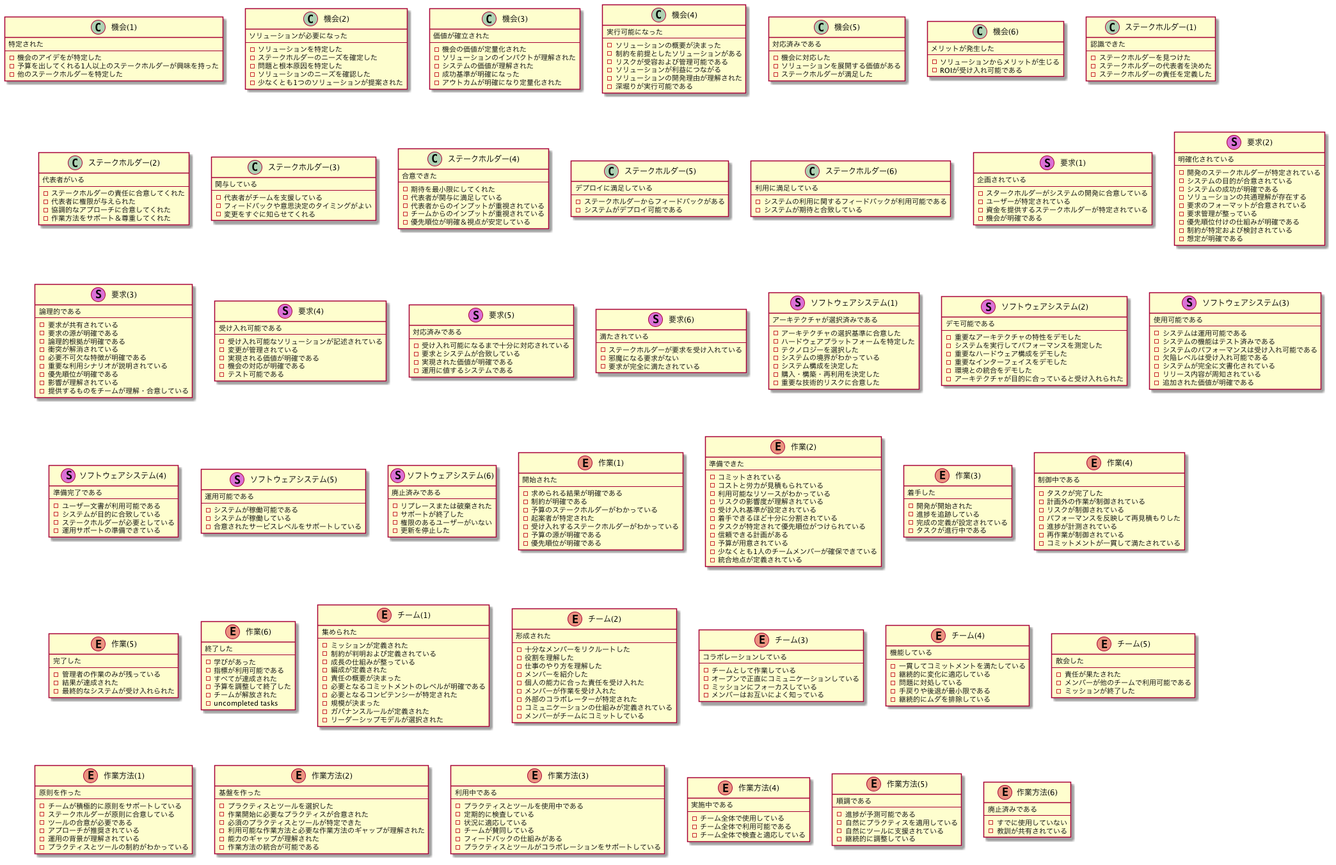
kdmsnr/essence-alpha-state-cards-ja keeps this PlantUML diagram as cards.png. Above is the earlier version.
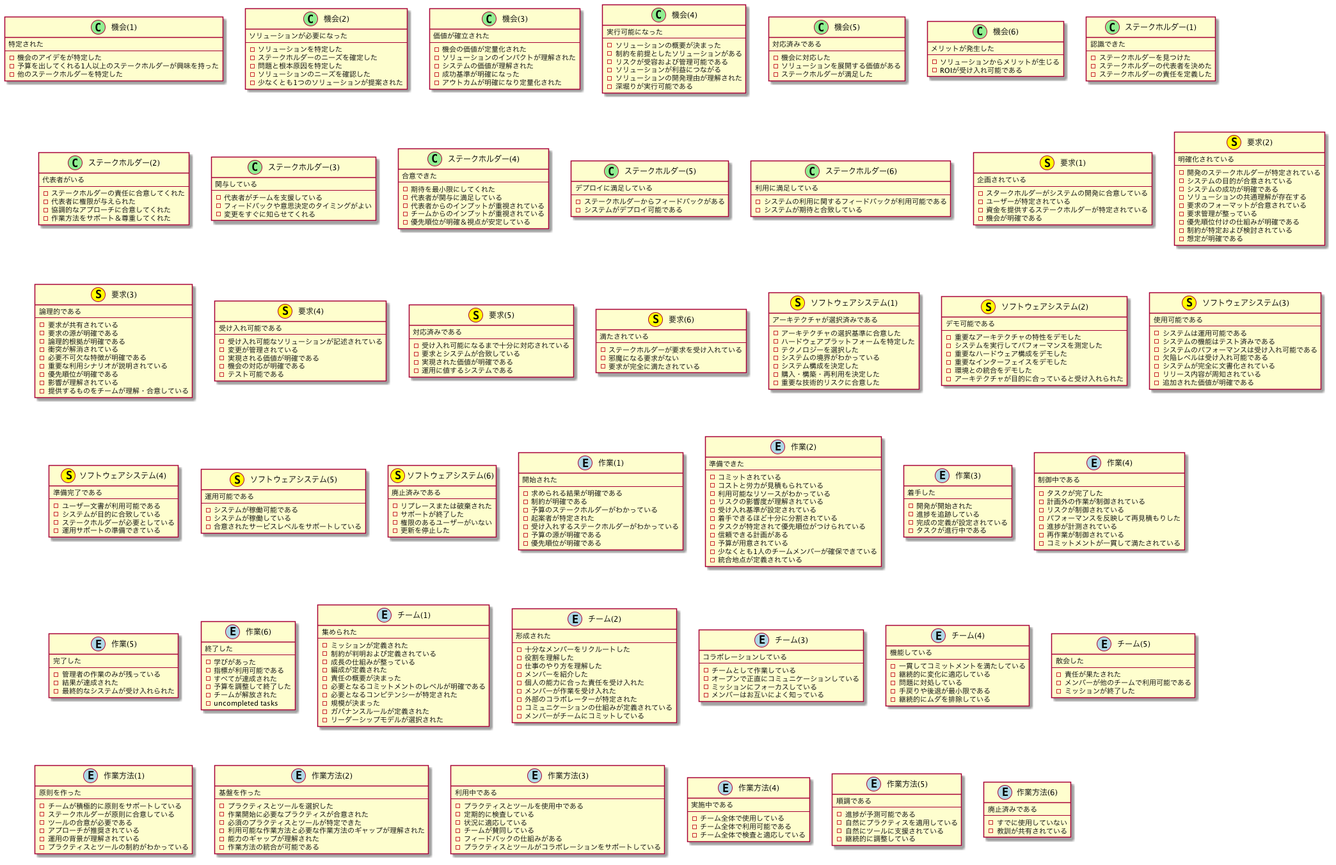
Above is the later version.

Diff of the diagram source:
```diff
@@ -1,12 +1,12 @@
 @startuml
-class 機会(1)  {
+class 機会(1) << (C,lightgreen) >> {
 特定された
 --
   -機会のアイデをが特定した
   -予算を出してくれる1人以上のステークホルダーが興味を持った
   -他のステークホルダーを特定した
 }
-class 機会(2)  {
+class 機会(2) << (C,lightgreen) >> {
 ソリューションが必要になった
 --
   -ソリューションを特定した
@@ -15,7 +15,7 @@
   -ソリューションのニーズを確認した
   -少なくとも1つのソリューションが提案された
 }
-class 機会(3)  {
+class 機会(3) << (C,lightgreen) >> {
 価値が確立された
 --
   -機会の価値が定量化された
@@ -24,7 +24,7 @@
   -成功基準が明確になった
   -アウトカムが明確になり定量化された
 }
-class 機会(4)  {
+class 機会(4) << (C,lightgreen) >> {
 実行可能になった
 --
   -ソリューションの概要が決まった
@@ -34,27 +34,27 @@
   -ソリューションの開発理由が理解された
   -深堀りが実行可能である
 }
-class 機会(5)  {
+class 機会(5) << (C,lightgreen) >> {
 対応済みである
 --
   -機会に対応した
   -ソリューションを展開する価値がある
   -ステークホルダーが満足した
 }
-class 機会(6)  {
+class 機会(6) << (C,lightgreen) >> {
 メリットが発生した
 --
   -ソリューションからメリットが生じる
   -ROIが受け入れ可能である
 }
-class ステークホルダー(1)  {
+class ステークホルダー(1) << (C,lightgreen) >> {
 認識できた
 --
   -ステークホルダーを見つけた
   -ステークホルダーの代表者を決めた
   -ステークホルダーの責任を定義した
 }
-class ステークホルダー(2)  {
+class ステークホルダー(2) << (C,lightgreen) >> {
 代表者がいる
 --
   -ステークホルダーの責任に合意してくれた
@@ -62,14 +62,14 @@
   -協調的なアプローチに合意してくれた
   -作業方法をサポート＆尊重してくれた
 }
-class ステークホルダー(3)  {
+class ステークホルダー(3) << (C,lightgreen) >> {
 関与している
 --
   -代表者がチームを支援している
   -フィードバックや意思決定のタイミングがよい
   -変更をすぐに知らせてくれる
 }
-class ステークホルダー(4)  {
+class ステークホルダー(4) << (C,lightgreen) >> {
 合意できた
 --
   -期待を最小限にしてくれた
@@ -78,19 +78,19 @@
   -チームからのインプットが重視されている
   -優先順位が明確＆視点が安定している
 }
-class ステークホルダー(5)  {
+class ステークホルダー(5) << (C,lightgreen) >> {
 デプロイに満足している
 --
   -ステークホルダーからフィードバックがある
   -システムがデプロイ可能である
 }
-class ステークホルダー(6)  {
+class ステークホルダー(6) << (C,lightgreen) >> {
 利用に満足している
 --
   -システムの利用に関するフィードバックが利用可能である
   -システムが期待と合致している
 }
-class 要求(1) << (S,orchid) >> {
+class 要求(1) << (S,yellow) >> {
 企画されている
 --
   -スタークホルダーがシステムの開発に合意している
@@ -98,7 +98,7 @@
   -資金を提供するステークホルダーが特定されている
   -機会が明確である
 }
-class 要求(2) << (S,orchid) >> {
+class 要求(2) << (S,yellow) >> {
 明確化されている
 --
   -開発のステークホルダーが特定されている
@@ -111,7 +111,7 @@
   -制約が特定および検討されている
   -想定が明確である
 }
-class 要求(3) << (S,orchid) >> {
+class 要求(3) << (S,yellow) >> {
 論理的である
 --
   -要求が共有されている
@@ -124,7 +124,7 @@
   -影響が理解されている
   -提供するものをチームが理解・合意している
 }
-class 要求(4) << (S,orchid) >> {
+class 要求(4) << (S,yellow) >> {
 受け入れ可能である
 --
   -受け入れ可能なソリューションが記述されている
@@ -133,7 +133,7 @@
   -機会の対応が明確である
   -テスト可能である
 }
-class 要求(5) << (S,orchid) >> {
+class 要求(5) << (S,yellow) >> {
 対応済みである
 --
   -受け入れ可能になるまで十分に対応されている
@@ -141,14 +141,14 @@
   -実現された価値が明確である
   -運用に値するシステムである
 }
-class 要求(6) << (S,orchid) >> {
+class 要求(6) << (S,yellow) >> {
 満たされている
 --
   -ステークホルダーが要求を受け入れている
   -邪魔になる要求がない
   -要求が完全に満たされている
 }
-class ソフトウェアシステム(1) << (S,orchid) >> {
+class ソフトウェアシステム(1) << (S,yellow) >> {
 アーキテクチャが選択済みである
 --
   -アーキテクチャの選択基準に合意した
@@ -159,7 +159,7 @@
   -購入・構築・再利用を決定した
   -重要な技術的リスクに合意した
 }
-class ソフトウェアシステム(2) << (S,orchid) >> {
+class ソフトウェアシステム(2) << (S,yellow) >> {
 デモ可能である
 --
   -重要なアーキテクチャの特性をデモした
@@ -169,7 +169,7 @@
   -環境との統合をデモした
   -アーキテクチャが目的に合っていると受け入れられた
 }
-class ソフトウェアシステム(3) << (S,orchid) >> {
+class ソフトウェアシステム(3) << (S,yellow) >> {
 使用可能である
 --
   -システムは運用可能である
@@ -180,7 +180,7 @@
   -リリース内容が周知されている
   -追加された価値が明確である
 }
-class ソフトウェアシステム(4) << (S,orchid) >> {
+class ソフトウェアシステム(4) << (S,yellow) >> {
 準備完了である
 --
   -ユーザー文書が利用可能である
@@ -188,14 +188,14 @@
   -ステークホルダーが必要としている
   -運用サポートの準備できている
 }
-class ソフトウェアシステム(5) << (S,orchid) >> {
+class ソフトウェアシステム(5) << (S,yellow) >> {
 運用可能である
 --
   -システムが稼働可能である
   -システムが稼働している
   -合意されたサービスレベルをサポートしている
 }
-class ソフトウェアシステム(6) << (S,orchid) >> {
+class ソフトウェアシステム(6) << (S,yellow) >> {
 廃止済みである
 --
   -リプレースまたは破棄された
@@ -203,7 +203,7 @@
   -権限のあるユーザーがいない
   -更新を停止した
 }
-enum 作業(1)  {
+enum 作業(1) << (E,lightblue) >> {
 開始された
 --
   -求められる結果が明確である
@@ -214,7 +214,7 @@
   -予算の源が明確である
   -優先順位が明確である
 }
-enum 作業(2)  {
+enum 作業(2) << (E,lightblue) >> {
 準備できた
 --
   -コミットされている
@@ -229,7 +229,7 @@
   -少なくとも1人のチームメンバーが確保できている
   -統合地点が定義されている
 }
-enum 作業(3)  {
+enum 作業(3) << (E,lightblue) >> {
 着手した
 --
   -開発が開始された
@@ -237,7 +237,7 @@
   -完成の定義が設定されている
   -タスクが進行中である
 }
-enum 作業(4)  {
+enum 作業(4) << (E,lightblue) >> {
 制御中である
 --
   -タスクが完了した
@@ -248,14 +248,14 @@
   -再作業が制御されている
   -コミットメントが一貫して満たされている
 }
-enum 作業(5)  {
+enum 作業(5) << (E,lightblue) >> {
 完了した
 --
   -管理者の作業のみが残っている
   -結果が達成された
   -最終的なシステムが受け入れられた
 }
-enum 作業(6)  {
+enum 作業(6) << (E,lightblue) >> {
 終了した
 --
   -学びがあった
@@ -265,7 +265,7 @@
   -チームが解放された
   - uncompleted tasks
 }
-enum チーム(1)  {
+enum チーム(1) << (E,lightblue) >> {
 集められた
 --
   -ミッションが定義された
@@ -279,7 +279,7 @@
   -ガバナンスルールが定義された
   -リーダーシップモデルが選択された
 }
-enum チーム(2)  {
+enum チーム(2) << (E,lightblue) >> {
 形成された
 --
   -十分なメンバーをリクルートした
@@ -292,7 +292,7 @@
   -コミュニケーションの仕組みが定義されている
   -メンバーがチームにコミットしている
 }
-enum チーム(3)  {
+enum チーム(3) << (E,lightblue) >> {
 コラボレーションしている
 --
   -チームとして作業している
@@ -300,7 +300,7 @@
   -ミッションにフォーカスしている
   -メンバーはお互いによく知っている
 }
-enum チーム(4)  {
+enum チーム(4) << (E,lightblue) >> {
 機能している
 --
   -一貫してコミットメントを満たしている
@@ -309,14 +309,14 @@
   -手戻りや後退が最小限である
   -継続的にムダを排除している
 }
-enum チーム(5)  {
+enum チーム(5) << (E,lightblue) >> {
 散会した
 --
   -責任が果たされた
   -メンバーが他のチームで利用可能である
   -ミッションが終了した
 }
-enum 作業方法(1)  {
+enum 作業方法(1) << (E,lightblue) >> {
 原則を作った
 --
   -チームが積極的に原則をサポートしている
@@ -326,7 +326,7 @@
   -運用の背景が理解されている
   -プラクティスとツールの制約がわかっている
 }
-enum 作業方法(2)  {
+enum 作業方法(2) << (E,lightblue) >> {
 基盤を作った
 --
   -プラクティスとツールを選択した
@@ -336,7 +336,7 @@
   -能力のギャップが理解された
   -作業方法の統合が可能である
 }
-enum 作業方法(3)  {
+enum 作業方法(3) << (E,lightblue) >> {
 利用中である
 --
   -プラクティスとツールを使用中である
@@ -346,14 +346,14 @@
   -フィードバックの仕組みがある
   -プラクティスとツールがコラボレーションをサポートしている
 }
-enum 作業方法(4)  {
+enum 作業方法(4) << (E,lightblue) >> {
 実施中である
 --
   -チーム全体で使用している
   -チーム全体で利用可能である
   -チーム全体で検査と適応している
 }
-enum 作業方法(5)  {
+enum 作業方法(5) << (E,lightblue) >> {
 順調である
 --
   -進捗が予測可能である
@@ -361,7 +361,7 @@
   -自然にツールに支援されている
   -継続的に調整している
 }
-enum 作業方法(6)  {
+enum 作業方法(6) << (E,lightblue) >> {
 廃止済みである
 --
   -すでに使用していない
```
